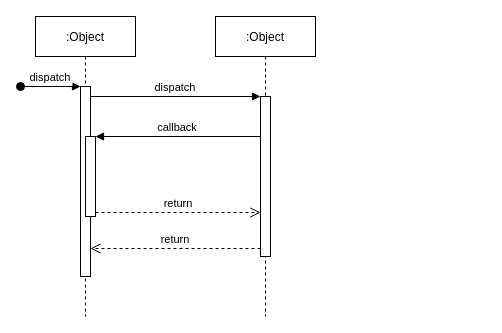
Above: page "Page-1" (1 of 2) of assignment1/Sequence.drawio in DJongstra/UA---Mosis (draw.io), before the change. Source tidied: cells renumbered, new cells numbered last; positions are measured from the earlier drawing's top-left corner, leaving out a move shared by most shapes. Both pictures are drawn from the tidied source at 100%, with x=0, y=0 at pixel (20, 16).
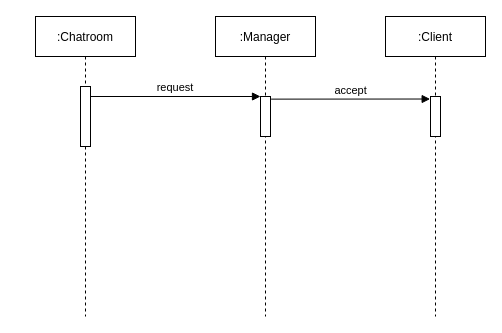
The same diagram, later.

Change to the diagram source:
```diff
@@
 <mxGraphModel>
   <root>
     <mxCell id="0" />
     <mxCell id="1" parent="0" />
-    <mxCell id="2" value=":Object" style="shape=umlLifeline;perimeter=lifelinePerimeter;rounded=0;shadow=0;strokeWidth=1;" parent="1" vertex="1">
+    <mxCell id="2" value=":Chatroom" style="shape=umlLifeline;perimeter=lifelinePerimeter;rounded=0;shadow=0;strokeWidth=1;" parent="1" vertex="1">
       <mxGeometry x="15" width="100" height="300" as="geometry" />
     </mxCell>
     <mxCell id="3" style="points=[];perimeter=orthogonalPerimeter;rounded=0;shadow=0;strokeWidth=1;" parent="2" vertex="1">
-      <mxGeometry x="45" y="70" width="10" height="190" as="geometry" />
+      <mxGeometry x="45" y="70" width="10" height="60" as="geometry" />
     </mxCell>
-    <mxCell id="4" value="dispatch" style="verticalAlign=bottom;startArrow=oval;endArrow=block;startSize=8;shadow=0;strokeWidth=1;" parent="2" edge="1" target="3">
-      <mxGeometry relative="1" as="geometry">
-        <mxPoint x="-15" y="70" as="sourcePoint" />
-      </mxGeometry>
-    </mxCell>
-    <mxCell id="5" style="points=[];perimeter=orthogonalPerimeter;rounded=0;shadow=0;strokeWidth=1;" parent="2" vertex="1">
-      <mxGeometry x="50" y="120" width="10" height="80" as="geometry" />
-    </mxCell>
-    <mxCell id="6" value=":Object" style="shape=umlLifeline;perimeter=lifelinePerimeter;rounded=0;shadow=0;strokeWidth=1;" parent="1" vertex="1">
+    <mxCell id="6" value=":Manager" style="shape=umlLifeline;perimeter=lifelinePerimeter;rounded=0;shadow=0;strokeWidth=1;" parent="1" vertex="1">
       <mxGeometry x="195" width="100" height="300" as="geometry" />
     </mxCell>
     <mxCell id="7" style="points=[];perimeter=orthogonalPerimeter;rounded=0;shadow=0;strokeWidth=1;" parent="6" vertex="1">
-      <mxGeometry x="45" y="80" width="10" height="160" as="geometry" />
+      <mxGeometry x="45" y="80" width="10" height="40" as="geometry" />
     </mxCell>
-    <mxCell id="8" value="return" style="verticalAlign=bottom;endArrow=open;dashed=1;endSize=8;exitX=0;exitY=0.95;shadow=0;strokeWidth=1;" parent="1" edge="1" source="7" target="3">
-      <mxGeometry relative="1" as="geometry" />
-    </mxCell>
-    <mxCell id="9" value="dispatch" style="verticalAlign=bottom;endArrow=block;entryX=0;entryY=0;shadow=0;strokeWidth=1;" parent="1" edge="1" source="3" target="7">
+    <mxCell id="9" value="request" style="verticalAlign=bottom;endArrow=block;entryX=0;entryY=0;shadow=0;strokeWidth=1;" parent="1" edge="1" source="3" target="7">
       <mxGeometry relative="1" as="geometry" />
     </mxCell>
-    <mxCell id="10" value="callback" style="verticalAlign=bottom;endArrow=block;entryX=1;entryY=0;shadow=0;strokeWidth=1;" parent="1" edge="1" source="7" target="5">
-      <mxGeometry relative="1" as="geometry" />
-    </mxCell>
-    <mxCell id="11" value="return" style="verticalAlign=bottom;endArrow=open;dashed=1;endSize=8;exitX=1;exitY=0.95;shadow=0;strokeWidth=1;" parent="1" edge="1" source="5" target="7">
-      <mxGeometry relative="1" as="geometry" />
-    </mxCell>
+    <mxCell id="12" value=":Client" style="shape=umlLifeline;perimeter=lifelinePerimeter;rounded=0;shadow=0;strokeWidth=1;" parent="1" vertex="1">
+      <mxGeometry x="365" width="100" height="300" as="geometry" />
+    </mxCell>
+    <mxCell id="13" style="points=[];perimeter=orthogonalPerimeter;rounded=0;shadow=0;strokeWidth=1;" parent="12" vertex="1">
+      <mxGeometry x="45" y="80" width="10" height="40" as="geometry" />
+    </mxCell>
+    <mxCell id="14" value="accept" style="verticalAlign=bottom;endArrow=block;entryX=-0.033;entryY=0.063;shadow=0;strokeWidth=1;exitX=1.06;exitY=0.066;exitDx=0;exitDy=0;exitPerimeter=0;entryDx=0;entryDy=0;entryPerimeter=0;" parent="1" edge="1" source="7" target="13">
+      <mxGeometry relative="1" as="geometry" />
+    </mxCell>
   </root>
 </mxGraphModel>
```
